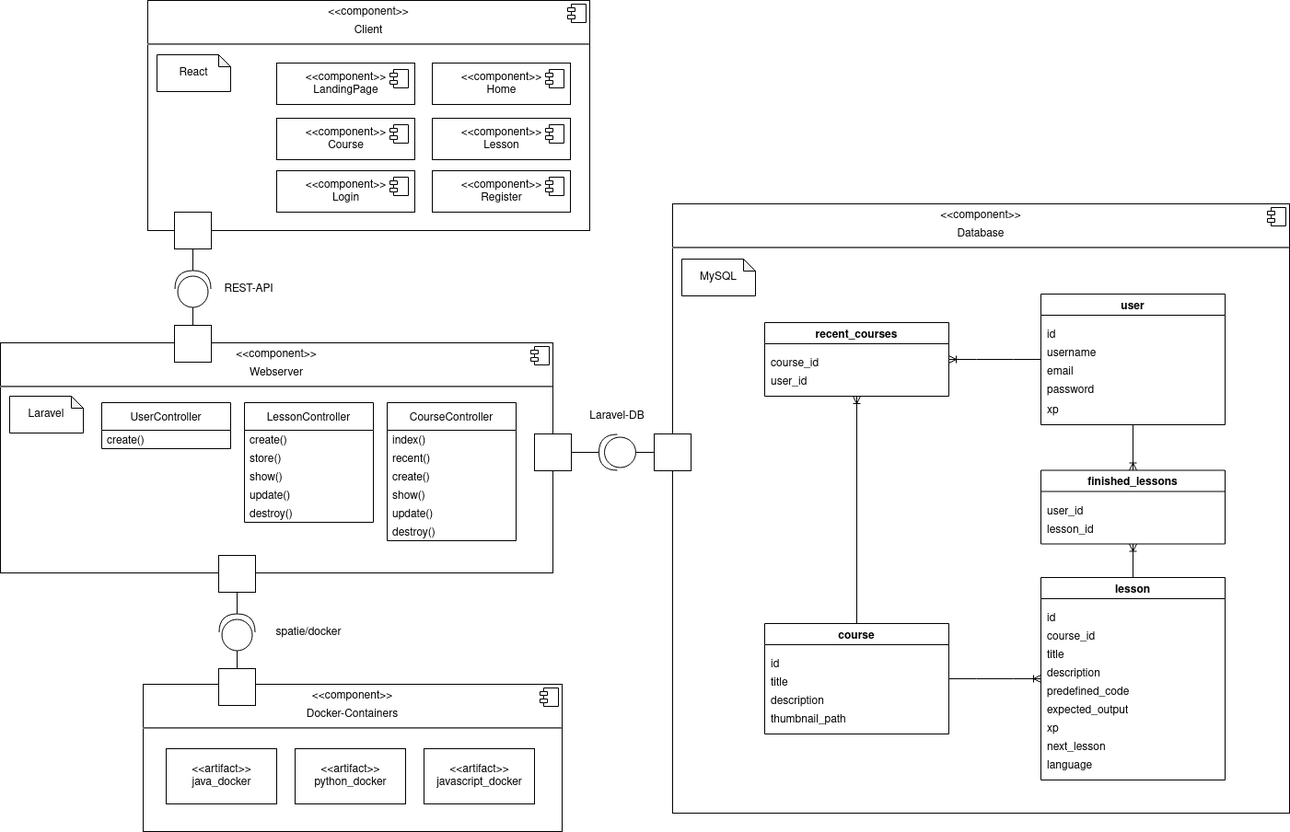
Earlier version of the draw.io export Dokumente/Komponentendiagramm.png (sero583/PraktikumSWE). Source tidied: cells renumbered, new cells last; positions are measured from the earlier drawing's top-left corner, leaving out a move shared by most shapes.
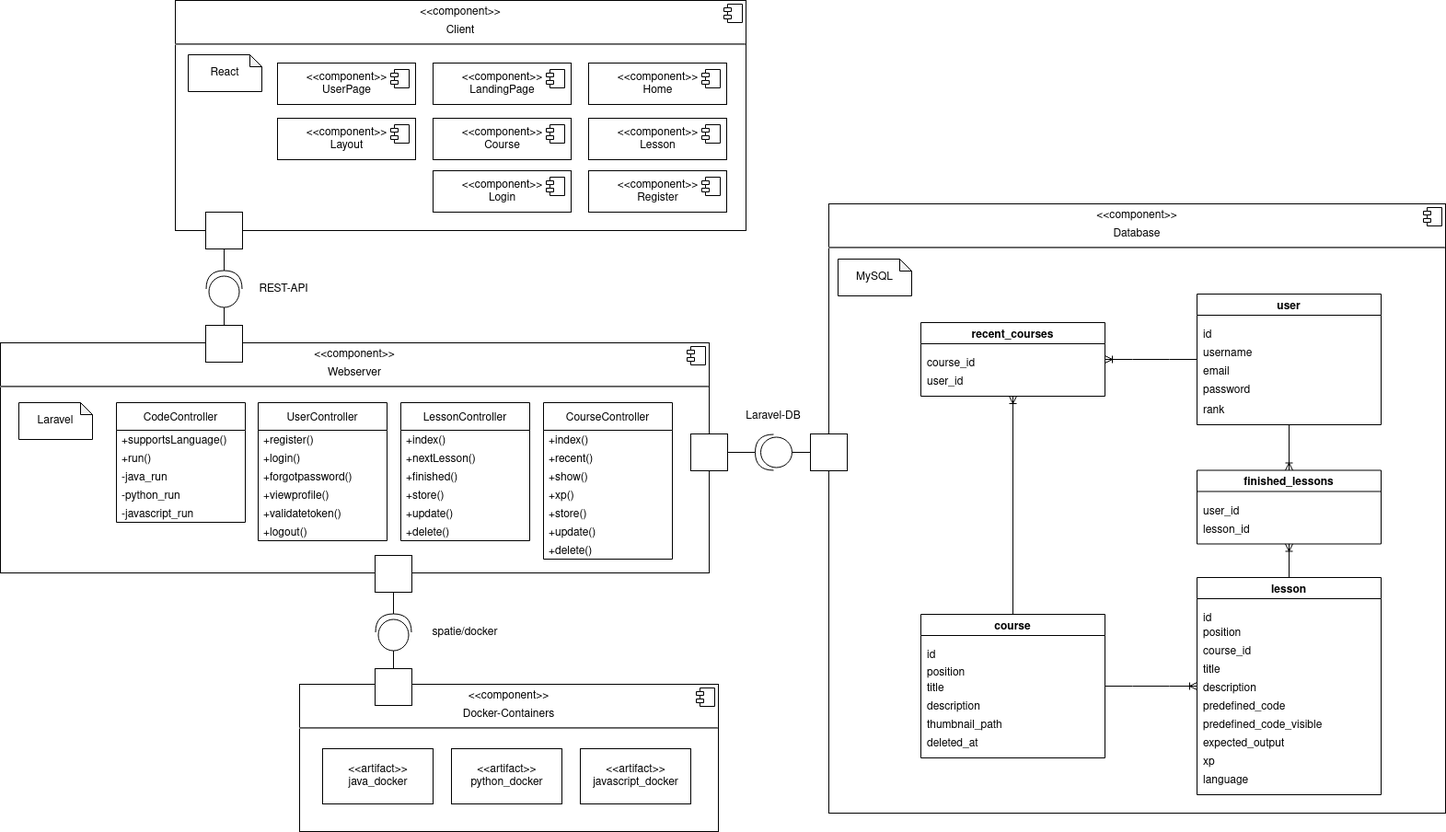
After the commit.

Diff of the diagram source:
```diff
@@ -5,3 +5,3 @@
     <mxCell id="2" value="&lt;p style=&quot;margin: 0px ; margin-top: 6px ; text-align: center&quot;&gt;&amp;lt;&amp;lt;component&amp;gt;&amp;gt;&lt;/p&gt;&lt;p style=&quot;margin: 0px ; margin-top: 6px ; text-align: center&quot;&gt;Client&lt;br&gt;&lt;/p&gt;&lt;hr&gt;&lt;p style=&quot;margin: 0px ; margin-left: 8px&quot;&gt;&lt;br&gt;&lt;/p&gt;" style="align=left;overflow=fill;html=1;" parent="1" vertex="1">
-      <mxGeometry x="160" width="480" height="250" as="geometry" />
+      <mxGeometry x="20" width="620" height="250" as="geometry" />
     </mxCell>
@@ -13,3 +13,3 @@
     <mxCell id="4" value="&lt;p style=&quot;margin: 0px ; margin-top: 6px ; text-align: center&quot;&gt;&amp;lt;&amp;lt;component&amp;gt;&amp;gt;&lt;/p&gt;&lt;p style=&quot;margin: 0px ; margin-top: 6px ; text-align: center&quot;&gt;Webserver&lt;br&gt;&lt;/p&gt;&lt;hr&gt;&lt;p style=&quot;margin: 0px ; margin-left: 8px&quot;&gt;&lt;br&gt;&lt;/p&gt;" style="align=left;overflow=fill;html=1;" parent="1" vertex="1">
-      <mxGeometry y="372" width="600" height="250" as="geometry" />
+      <mxGeometry x="-170" y="372" width="770" height="250" as="geometry" />
     </mxCell>
@@ -29,3 +29,3 @@
     <mxCell id="8" value="lesson" style="swimlane;" parent="1" vertex="1">
-      <mxGeometry x="1130" y="627" width="200" height="220" as="geometry" />
+      <mxGeometry x="1130" y="627" width="200" height="236" as="geometry" />
     </mxCell>
@@ -34,25 +34,28 @@
     </mxCell>
+    <mxCell id="16" value="position" style="text;html=1;strokeColor=none;fillColor=none;align=left;verticalAlign=middle;whiteSpace=wrap;rounded=0;imageWidth=24;spacingLeft=5;" parent="8" vertex="1">
+      <mxGeometry y="46" width="200" height="30" as="geometry" />
+    </mxCell>
     <mxCell id="10" value="course_id" style="text;html=1;strokeColor=none;fillColor=none;align=left;verticalAlign=middle;whiteSpace=wrap;rounded=0;imageWidth=24;spacingLeft=5;" parent="8" vertex="1">
-      <mxGeometry y="50" width="200" height="30" as="geometry" />
+      <mxGeometry y="66" width="200" height="30" as="geometry" />
     </mxCell>
     <mxCell id="11" value="title" style="text;html=1;strokeColor=none;fillColor=none;align=left;verticalAlign=middle;whiteSpace=wrap;rounded=0;imageWidth=24;spacingLeft=5;" parent="8" vertex="1">
-      <mxGeometry y="70" width="200" height="30" as="geometry" />
+      <mxGeometry y="86" width="200" height="30" as="geometry" />
     </mxCell>
     <mxCell id="12" value="description" style="text;html=1;strokeColor=none;fillColor=none;align=left;verticalAlign=middle;whiteSpace=wrap;rounded=0;imageWidth=24;spacingLeft=5;" parent="8" vertex="1">
-      <mxGeometry y="90" width="200" height="30" as="geometry" />
+      <mxGeometry y="106" width="200" height="30" as="geometry" />
     </mxCell>
     <mxCell id="13" value="predefined_code" style="text;html=1;strokeColor=none;fillColor=none;align=left;verticalAlign=middle;whiteSpace=wrap;rounded=0;imageWidth=24;spacingLeft=5;" parent="8" vertex="1">
-      <mxGeometry y="110" width="200" height="30" as="geometry" />
+      <mxGeometry y="126" width="200" height="30" as="geometry" />
     </mxCell>
+    <mxCell id="93" value="&lt;div&gt;predefined_code_visible&lt;/div&gt;" style="text;html=1;strokeColor=none;fillColor=none;align=left;verticalAlign=middle;whiteSpace=wrap;rounded=0;imageWidth=24;spacingLeft=5;" parent="8" vertex="1">
+      <mxGeometry y="146" width="200" height="30" as="geometry" />
+    </mxCell>
     <mxCell id="14" value="expected_output" style="text;html=1;strokeColor=none;fillColor=none;align=left;verticalAlign=middle;whiteSpace=wrap;rounded=0;imageWidth=24;spacingLeft=5;" parent="8" vertex="1">
-      <mxGeometry y="130" width="200" height="30" as="geometry" />
+      <mxGeometry y="166" width="200" height="30" as="geometry" />
     </mxCell>
     <mxCell id="15" value="xp" style="text;html=1;strokeColor=none;fillColor=none;align=left;verticalAlign=middle;whiteSpace=wrap;rounded=0;imageWidth=24;spacingLeft=5;" parent="8" vertex="1">
-      <mxGeometry y="150" width="200" height="30" as="geometry" />
+      <mxGeometry y="186" width="200" height="30" as="geometry" />
     </mxCell>
-    <mxCell id="16" value="next_lesson" style="text;html=1;strokeColor=none;fillColor=none;align=left;verticalAlign=middle;whiteSpace=wrap;rounded=0;imageWidth=24;spacingLeft=5;" parent="8" vertex="1">
-      <mxGeometry y="170" width="200" height="30" as="geometry" />
-    </mxCell>
     <mxCell id="17" value="language" style="text;html=1;strokeColor=none;fillColor=none;align=left;verticalAlign=middle;whiteSpace=wrap;rounded=0;imageWidth=24;spacingLeft=5;" parent="8" vertex="1">
-      <mxGeometry y="190" width="200" height="30" as="geometry" />
+      <mxGeometry y="206" width="200" height="30" as="geometry" />
     </mxCell>
@@ -73,3 +76,3 @@
     </mxCell>
-    <mxCell id="23" value="xp" style="text;html=1;strokeColor=none;fillColor=none;align=left;verticalAlign=middle;whiteSpace=wrap;rounded=0;imageWidth=24;spacingLeft=5;" parent="18" vertex="1">
+    <mxCell id="23" value="rank" style="text;html=1;strokeColor=none;fillColor=none;align=left;verticalAlign=middle;whiteSpace=wrap;rounded=0;imageWidth=24;spacingLeft=5;" parent="18" vertex="1">
       <mxGeometry y="112" width="200" height="30" as="geometry" />
@@ -77,3 +80,3 @@
     <mxCell id="24" value="course" style="swimlane;startSize=23;" parent="1" vertex="1">
-      <mxGeometry x="830" y="677" width="200" height="120" as="geometry" />
+      <mxGeometry x="830" y="667" width="200" height="156" as="geometry" />
     </mxCell>
@@ -82,11 +85,17 @@
     </mxCell>
+    <mxCell id="94" value="position" style="text;html=1;strokeColor=none;fillColor=none;align=left;verticalAlign=middle;whiteSpace=wrap;rounded=0;imageWidth=24;spacingLeft=5;" parent="24" vertex="1">
+      <mxGeometry y="49" width="200" height="30" as="geometry" />
+    </mxCell>
     <mxCell id="26" value="title" style="text;html=1;strokeColor=none;fillColor=none;align=left;verticalAlign=middle;whiteSpace=wrap;rounded=0;imageWidth=24;spacingLeft=5;" parent="24" vertex="1">
-      <mxGeometry y="50" width="200" height="30" as="geometry" />
+      <mxGeometry y="66" width="200" height="30" as="geometry" />
     </mxCell>
     <mxCell id="27" value="description" style="text;html=1;strokeColor=none;fillColor=none;align=left;verticalAlign=middle;whiteSpace=wrap;rounded=0;imageWidth=24;spacingLeft=5;" parent="24" vertex="1">
-      <mxGeometry y="70" width="200" height="30" as="geometry" />
+      <mxGeometry y="86" width="200" height="30" as="geometry" />
     </mxCell>
     <mxCell id="28" value="thumbnail_path" style="text;html=1;strokeColor=none;fillColor=none;align=left;verticalAlign=middle;whiteSpace=wrap;rounded=0;imageWidth=24;spacingLeft=5;" parent="24" vertex="1">
-      <mxGeometry y="90" width="200" height="30" as="geometry" />
+      <mxGeometry y="106" width="200" height="30" as="geometry" />
     </mxCell>
+    <mxCell id="95" value="deleted_at" style="text;html=1;strokeColor=none;fillColor=none;align=left;verticalAlign=middle;whiteSpace=wrap;rounded=0;imageWidth=24;spacingLeft=5;" parent="24" vertex="1">
+      <mxGeometry y="126" width="200" height="30" as="geometry" />
+    </mxCell>
     <mxCell id="29" value="recent_courses" style="swimlane;startSize=23;" parent="1" vertex="1">
@@ -113,6 +122,6 @@
     <mxCell id="36" value="React" style="shape=note;whiteSpace=wrap;html=1;backgroundOutline=1;darkOpacity=0.05;align=center;size=13;" parent="1" vertex="1">
-      <mxGeometry x="170" y="59" width="80" height="40" as="geometry" />
+      <mxGeometry x="34" y="59" width="80" height="40" as="geometry" />
     </mxCell>
     <mxCell id="37" value="Laravel" style="shape=note;whiteSpace=wrap;html=1;backgroundOutline=1;darkOpacity=0.05;align=center;size=13;" parent="1" vertex="1">
-      <mxGeometry x="10" y="430" width="80" height="40" as="geometry" />
+      <mxGeometry x="-150" y="437" width="80" height="40" as="geometry" />
     </mxCell>
@@ -122,3 +131,3 @@
     <mxCell id="39" style="shape=providedRequiredInterface;html=1;verticalLabelPosition=bottom;sketch=0;align=center;rotation=-90;" parent="1" vertex="1">
-      <mxGeometry x="189" y="294" width="40" height="39" as="geometry" />
+      <mxGeometry x="53" y="294" width="40" height="39" as="geometry" />
     </mxCell>
@@ -137,6 +146,6 @@
     <mxCell id="44" style="fontStyle=0;labelPosition=right;verticalLabelPosition=middle;align=left;verticalAlign=middle;spacingLeft=2;" parent="1" vertex="1">
-      <mxGeometry x="189" y="230" width="40" height="40" as="geometry" />
+      <mxGeometry x="53" y="230" width="40" height="40" as="geometry" />
     </mxCell>
     <mxCell id="45" style="fontStyle=0;labelPosition=right;verticalLabelPosition=middle;align=left;verticalAlign=middle;spacingLeft=2;" parent="1" vertex="1">
-      <mxGeometry x="189" y="353" width="40" height="40" as="geometry" />
+      <mxGeometry x="53" y="353" width="40" height="40" as="geometry" />
     </mxCell>
@@ -149,3 +158,3 @@
     <mxCell id="48" value="REST-API" style="text;html=1;strokeColor=none;fillColor=none;align=center;verticalAlign=middle;whiteSpace=wrap;rounded=0;" parent="1" vertex="1">
-      <mxGeometry x="240" y="298.5" width="60" height="30" as="geometry" />
+      <mxGeometry x="108" y="298.5" width="60" height="30" as="geometry" />
     </mxCell>
@@ -253,46 +262,101 @@
     <mxCell id="78" value="LessonController" style="swimlane;fontStyle=0;horizontal=1;startSize=30;" parent="1" vertex="1">
-      <mxGeometry x="265" y="437" width="140" height="130" as="geometry" />
+      <mxGeometry x="265" y="437" width="140" height="150" as="geometry" />
     </mxCell>
-    <mxCell id="79" value="create()" style="text;strokeColor=none;fillColor=none;align=left;verticalAlign=middle;spacingLeft=4;spacingRight=4;overflow=hidden;" parent="78" vertex="1">
+    <mxCell id="79" value="+index()" style="text;strokeColor=none;fillColor=none;align=left;verticalAlign=middle;spacingLeft=4;spacingRight=4;overflow=hidden;" parent="78" vertex="1">
       <mxGeometry y="30" width="140" height="20" as="geometry" />
     </mxCell>
-    <mxCell id="80" value="store()" style="text;strokeColor=none;fillColor=none;align=left;verticalAlign=middle;spacingLeft=4;spacingRight=4;overflow=hidden;" parent="78" vertex="1">
+    <mxCell id="80" value="+nextLesson()" style="text;strokeColor=none;fillColor=none;align=left;verticalAlign=middle;spacingLeft=4;spacingRight=4;overflow=hidden;" parent="78" vertex="1">
       <mxGeometry y="50" width="140" height="20" as="geometry" />
     </mxCell>
-    <mxCell id="81" value="show()" style="text;strokeColor=none;fillColor=none;align=left;verticalAlign=middle;spacingLeft=4;spacingRight=4;overflow=hidden;" parent="78" vertex="1">
+    <mxCell id="81" value="+finished()" style="text;strokeColor=none;fillColor=none;align=left;verticalAlign=middle;spacingLeft=4;spacingRight=4;overflow=hidden;" parent="78" vertex="1">
       <mxGeometry y="70" width="140" height="20" as="geometry" />
     </mxCell>
-    <mxCell id="82" value="update()" style="text;strokeColor=none;fillColor=none;align=left;verticalAlign=middle;spacingLeft=4;spacingRight=4;overflow=hidden;" parent="78" vertex="1">
+    <mxCell id="82" value="+store()" style="text;strokeColor=none;fillColor=none;align=left;verticalAlign=middle;spacingLeft=4;spacingRight=4;overflow=hidden;" parent="78" vertex="1">
       <mxGeometry y="90" width="140" height="20" as="geometry" />
     </mxCell>
-    <mxCell id="83" value="destroy()" style="text;strokeColor=none;fillColor=none;align=left;verticalAlign=middle;spacingLeft=4;spacingRight=4;overflow=hidden;" parent="78" vertex="1">
+    <mxCell id="83" value="+update()" style="text;strokeColor=none;fillColor=none;align=left;verticalAlign=middle;spacingLeft=4;spacingRight=4;overflow=hidden;" parent="78" vertex="1">
       <mxGeometry y="110" width="140" height="20" as="geometry" />
     </mxCell>
+    <mxCell id="96" value="+delete()" style="text;strokeColor=none;fillColor=none;align=left;verticalAlign=middle;spacingLeft=4;spacingRight=4;overflow=hidden;" parent="78" vertex="1">
+      <mxGeometry y="130" width="140" height="20" as="geometry" />
+    </mxCell>
     <mxCell id="84" value="CourseController" style="swimlane;fontStyle=0;horizontal=1;startSize=30;" parent="1" vertex="1">
-      <mxGeometry x="420" y="437" width="140" height="150" as="geometry" />
+      <mxGeometry x="420" y="437" width="140" height="170" as="geometry" />
     </mxCell>
-    <mxCell id="85" value="index()" style="text;strokeColor=none;fillColor=none;align=left;verticalAlign=middle;spacingLeft=4;spacingRight=4;overflow=hidden;" parent="84" vertex="1">
+    <mxCell id="85" value="+index()" style="text;strokeColor=none;fillColor=none;align=left;verticalAlign=middle;spacingLeft=4;spacingRight=4;overflow=hidden;" parent="84" vertex="1">
       <mxGeometry y="30" width="140" height="20" as="geometry" />
     </mxCell>
-    <mxCell id="86" value="recent()" style="text;strokeColor=none;fillColor=none;align=left;verticalAlign=middle;spacingLeft=4;spacingRight=4;overflow=hidden;" parent="84" vertex="1">
+    <mxCell id="86" value="+recent()" style="text;strokeColor=none;fillColor=none;align=left;verticalAlign=middle;spacingLeft=4;spacingRight=4;overflow=hidden;" parent="84" vertex="1">
       <mxGeometry y="50" width="140" height="20" as="geometry" />
     </mxCell>
+    <mxCell id="88" value="+show()" style="text;strokeColor=none;fillColor=none;align=left;verticalAlign=middle;spacingLeft=4;spacingRight=4;overflow=hidden;" parent="84" vertex="1">
+      <mxGeometry y="70" width="140" height="20" as="geometry" />
+    </mxCell>
+    <mxCell id="97" value="+xp()" style="text;strokeColor=none;fillColor=none;align=left;verticalAlign=middle;spacingLeft=4;spacingRight=4;overflow=hidden;" parent="84" vertex="1">
+      <mxGeometry y="90" width="140" height="20" as="geometry" />
+    </mxCell>
-    <mxCell id="87" value="create()" style="text;strokeColor=none;fillColor=none;align=left;verticalAlign=middle;spacingLeft=4;spacingRight=4;overflow=hidden;" parent="84" vertex="1">
-      <mxGeometry y="70" width="140" height="20" as="geometry" />
+    <mxCell id="87" value="+store()" style="text;strokeColor=none;fillColor=none;align=left;verticalAlign=middle;spacingLeft=4;spacingRight=4;overflow=hidden;" parent="84" vertex="1">
+      <mxGeometry y="110" width="140" height="20" as="geometry" />
     </mxCell>
-    <mxCell id="88" value="show()" style="text;strokeColor=none;fillColor=none;align=left;verticalAlign=middle;spacingLeft=4;spacingRight=4;overflow=hidden;" parent="84" vertex="1">
-      <mxGeometry y="90" width="140" height="20" as="geometry" />
-    </mxCell>
-    <mxCell id="89" value="update()" style="text;strokeColor=none;fillColor=none;align=left;verticalAlign=middle;spacingLeft=4;spacingRight=4;overflow=hidden;" parent="84" vertex="1">
-      <mxGeometry y="110" width="140" height="20" as="geometry" />
+    <mxCell id="89" value="+update()" style="text;strokeColor=none;fillColor=none;align=left;verticalAlign=middle;spacingLeft=4;spacingRight=4;overflow=hidden;" parent="84" vertex="1">
+      <mxGeometry y="130" width="140" height="20" as="geometry" />
     </mxCell>
-    <mxCell id="90" value="destroy()" style="text;strokeColor=none;fillColor=none;align=left;verticalAlign=middle;spacingLeft=4;spacingRight=4;overflow=hidden;" parent="84" vertex="1">
-      <mxGeometry y="130" width="140" height="20" as="geometry" />
+    <mxCell id="90" value="+delete()" style="text;strokeColor=none;fillColor=none;align=left;verticalAlign=middle;spacingLeft=4;spacingRight=4;overflow=hidden;" parent="84" vertex="1">
+      <mxGeometry y="150" width="140" height="20" as="geometry" />
     </mxCell>
     <mxCell id="91" value="UserController" style="swimlane;fontStyle=0;horizontal=1;startSize=30;" parent="1" vertex="1">
-      <mxGeometry x="110" y="437" width="140" height="50" as="geometry" />
+      <mxGeometry x="110" y="437" width="140" height="150" as="geometry" />
     </mxCell>
-    <mxCell id="92" value="create()" style="text;strokeColor=none;fillColor=none;align=left;verticalAlign=middle;spacingLeft=4;spacingRight=4;overflow=hidden;" parent="91" vertex="1">
+    <mxCell id="92" value="+register()" style="text;strokeColor=none;fillColor=none;align=left;verticalAlign=middle;spacingLeft=4;spacingRight=4;overflow=hidden;" parent="91" vertex="1">
       <mxGeometry y="30" width="140" height="20" as="geometry" />
     </mxCell>
+    <mxCell id="98" value="+login()" style="text;strokeColor=none;fillColor=none;align=left;verticalAlign=middle;spacingLeft=4;spacingRight=4;overflow=hidden;" parent="91" vertex="1">
+      <mxGeometry y="50" width="140" height="20" as="geometry" />
+    </mxCell>
+    <mxCell id="99" value="+forgotpassword()" style="text;strokeColor=none;fillColor=none;align=left;verticalAlign=middle;spacingLeft=4;spacingRight=4;overflow=hidden;" parent="91" vertex="1">
+      <mxGeometry y="70" width="140" height="20" as="geometry" />
+    </mxCell>
+    <mxCell id="100" value="+viewprofile()" style="text;strokeColor=none;fillColor=none;align=left;verticalAlign=middle;spacingLeft=4;spacingRight=4;overflow=hidden;" parent="91" vertex="1">
+      <mxGeometry y="90" width="140" height="20" as="geometry" />
+    </mxCell>
+    <mxCell id="101" value="+validatetoken()" style="text;strokeColor=none;fillColor=none;align=left;verticalAlign=middle;spacingLeft=4;spacingRight=4;overflow=hidden;" parent="91" vertex="1">
+      <mxGeometry y="110" width="140" height="20" as="geometry" />
+    </mxCell>
+    <mxCell id="102" value="+logout()" style="text;strokeColor=none;fillColor=none;align=left;verticalAlign=middle;spacingLeft=4;spacingRight=4;overflow=hidden;" parent="91" vertex="1">
+      <mxGeometry y="130" width="140" height="20" as="geometry" />
+    </mxCell>
+    <mxCell id="103" value="CodeController" style="swimlane;fontStyle=0;horizontal=1;startSize=30;" parent="1" vertex="1">
+      <mxGeometry x="-44" y="437" width="140" height="130" as="geometry" />
+    </mxCell>
+    <mxCell id="104" value="+supportsLanguage()" style="text;strokeColor=none;fillColor=none;align=left;verticalAlign=middle;spacingLeft=4;spacingRight=4;overflow=hidden;" parent="103" vertex="1">
+      <mxGeometry y="30" width="140" height="20" as="geometry" />
+    </mxCell>
+    <mxCell id="105" value="+run()" style="text;strokeColor=none;fillColor=none;align=left;verticalAlign=middle;spacingLeft=4;spacingRight=4;overflow=hidden;" parent="103" vertex="1">
+      <mxGeometry y="50" width="140" height="20" as="geometry" />
+    </mxCell>
+    <mxCell id="106" value="-java_run" style="text;strokeColor=none;fillColor=none;align=left;verticalAlign=middle;spacingLeft=4;spacingRight=4;overflow=hidden;" parent="103" vertex="1">
+      <mxGeometry y="70" width="140" height="20" as="geometry" />
+    </mxCell>
+    <mxCell id="107" value="-python_run" style="text;strokeColor=none;fillColor=none;align=left;verticalAlign=middle;spacingLeft=4;spacingRight=4;overflow=hidden;" parent="103" vertex="1">
+      <mxGeometry y="90" width="140" height="20" as="geometry" />
+    </mxCell>
+    <mxCell id="108" value="-javascript_run" style="text;strokeColor=none;fillColor=none;align=left;verticalAlign=middle;spacingLeft=4;spacingRight=4;overflow=hidden;" parent="103" vertex="1">
+      <mxGeometry y="110" width="140" height="20" as="geometry" />
+    </mxCell>
+    <mxCell id="109" value="&lt;div&gt;&amp;lt;&amp;lt;component&amp;gt;&amp;gt;&lt;/div&gt;&lt;div&gt;UserPage&lt;br&gt;&lt;/div&gt;" style="html=1;align=center;" parent="1" vertex="1">
+      <mxGeometry x="131" y="68" width="150" height="45" as="geometry" />
+    </mxCell>
+    <mxCell id="110" style="shape=module;jettyWidth=8;jettyHeight=4;align=center;" parent="109" vertex="1">
+      <mxGeometry x="1" width="20" height="20" relative="1" as="geometry">
+        <mxPoint x="-27" y="7" as="offset" />
+      </mxGeometry>
+    </mxCell>
+    <mxCell id="111" value="&lt;div&gt;&amp;lt;&amp;lt;component&amp;gt;&amp;gt;&lt;/div&gt;&lt;div&gt;Layout&lt;br&gt;&lt;/div&gt;" style="html=1;align=center;" parent="1" vertex="1">
+      <mxGeometry x="131" y="128" width="150" height="45" as="geometry" />
+    </mxCell>
+    <mxCell id="112" style="shape=module;jettyWidth=8;jettyHeight=4;align=center;" parent="111" vertex="1">
+      <mxGeometry x="1" width="20" height="20" relative="1" as="geometry">
+        <mxPoint x="-27" y="7" as="offset" />
+      </mxGeometry>
+    </mxCell>
   </root>
```
